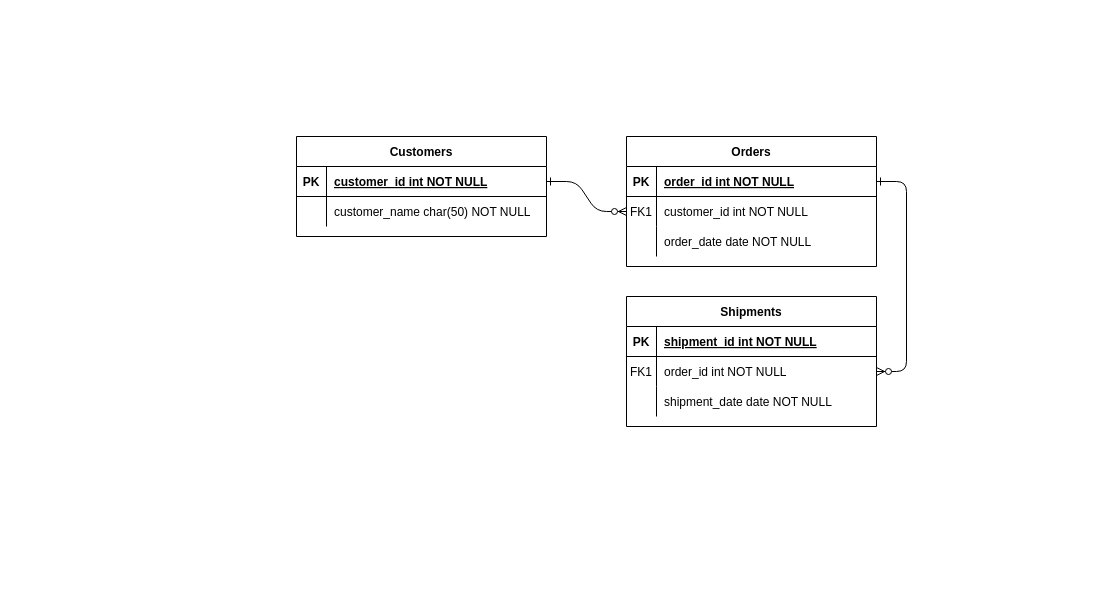
Above: model_conceptual.drawio in vladmagosin/examen_sem_1_db (draw.io), before the change. Source tidied: cells renumbered, new cells numbered last; positions are measured from the earlier drawing's top-left corner, leaving out a move shared by most shapes. Both pictures are drawn from the tidied source at 100%, with x=0, y=0 at pixel (296, 136).
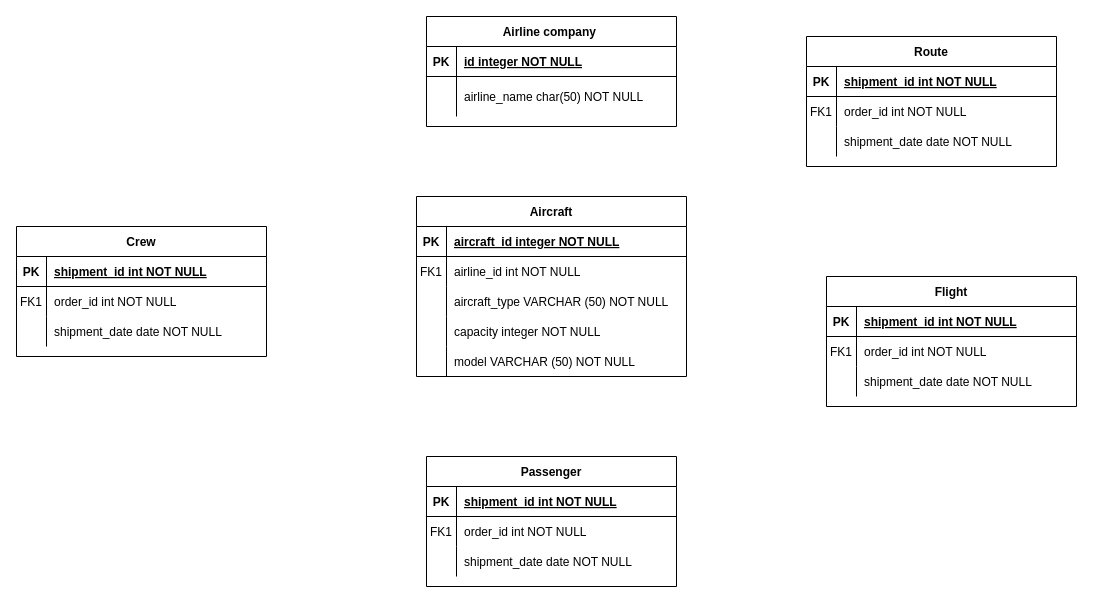
The same page after the edit.

The change refers to these unchanged cells:
```xml
<mxCell id="18" style="shape=partialRectangle;fillColor=none;points=[[0,0.5],[1,0.5]];portConstraint=eastwest;top=0;left=0;right=0;bottom=0;" parent="14" vertex="1">
  <mxGeometry y="60" width="250" height="30" as="geometry" />
</mxCell>
<mxCell id="25" style="shape=partialRectangle;fillColor=none;points=[[0,0.5],[1,0.5]];portConstraint=eastwest;top=0;left=0;right=0;bottom=1;" parent="24" vertex="1">
  <mxGeometry y="30" width="250" height="30" as="geometry" />
</mxCell>
```

Change to the diagram source:
```diff
@@
-    <mxCell id="2" style="edgeStyle=entityRelationEdgeStyle;endArrow=ERzeroToMany;startArrow=ERone;endFill=1;startFill=0;" parent="1" edge="1" source="25" target="8">
-      <mxGeometry relative="1" as="geometry" />
-    </mxCell>
-    <mxCell id="3" style="edgeStyle=entityRelationEdgeStyle;endArrow=ERzeroToMany;startArrow=ERone;endFill=1;startFill=0;" parent="1" edge="1" source="5" target="18">
-      <mxGeometry relative="1" as="geometry" />
-    </mxCell>
-    <mxCell id="4" value="Orders" style="shape=table;startSize=30;childLayout=tableLayout;rowLines=0;fontStyle=1;align=center;" parent="1" vertex="1">
-      <mxGeometry x="330" width="250" height="130" as="geometry" />
+    <mxCell id="4" value="Aircraft" style="shape=table;startSize=30;childLayout=tableLayout;rowLines=0;fontStyle=1;align=center;" parent="1" vertex="1">
+      <mxGeometry x="120" y="60" width="270" height="180" as="geometry" />
     </mxCell>
     <mxCell id="5" style="shape=partialRectangle;fillColor=none;points=[[0,0.5],[1,0.5]];portConstraint=eastwest;top=0;left=0;right=0;bottom=1;" parent="4" vertex="1">
-      <mxGeometry y="30" width="250" height="30" as="geometry" />
+      <mxGeometry y="30" width="270" height="30" as="geometry" />
     </mxCell>
@@
-    <mxCell id="7" value="order_id int NOT NULL " style="shape=partialRectangle;overflow=hidden;fillColor=none;top=0;left=0;bottom=0;right=0;align=left;spacingLeft=6;fontStyle=5;" parent="5" vertex="1">
-      <mxGeometry x="30" width="220" height="30" as="geometry" />
+    <mxCell id="7" value="aircraft_id integer NOT NULL " style="shape=partialRectangle;overflow=hidden;fillColor=none;top=0;left=0;bottom=0;right=0;align=left;spacingLeft=6;fontStyle=5;" parent="5" vertex="1">
+      <mxGeometry x="30" width="240" height="30" as="geometry" />
     </mxCell>
     <mxCell id="8" style="shape=partialRectangle;fillColor=none;points=[[0,0.5],[1,0.5]];portConstraint=eastwest;top=0;left=0;right=0;bottom=0;" parent="4" vertex="1">
-      <mxGeometry y="60" width="250" height="30" as="geometry" />
+      <mxGeometry y="60" width="270" height="30" as="geometry" />
     </mxCell>
@@
-    <mxCell id="10" value="customer_id int NOT NULL" style="shape=partialRectangle;overflow=hidden;fillColor=none;top=0;left=0;bottom=0;right=0;align=left;spacingLeft=6;" parent="8" vertex="1">
-      <mxGeometry x="30" width="220" height="30" as="geometry" />
+    <mxCell id="10" value="airline_id int NOT NULL" style="shape=partialRectangle;overflow=hidden;fillColor=none;top=0;left=0;bottom=0;right=0;align=left;spacingLeft=6;" parent="8" vertex="1">
+      <mxGeometry x="30" width="240" height="30" as="geometry" />
     </mxCell>
     <mxCell id="11" style="shape=partialRectangle;fillColor=none;top=0;left=0;right=0;bottom=0;" parent="4" vertex="1">
-      <mxGeometry y="90" width="250" height="30" as="geometry" />
+      <mxGeometry y="90" width="270" height="30" as="geometry" />
     </mxCell>
@@
-    <mxCell id="13" value="order_date date NOT NULL" style="shape=partialRectangle;overflow=hidden;fillColor=none;top=0;left=0;bottom=0;right=0;align=left;spacingLeft=6;" parent="11" vertex="1">
-      <mxGeometry x="30" width="220" height="30" as="geometry" />
+    <mxCell id="13" value="aircraft_type VARCHAR (50) NOT NULL" style="shape=partialRectangle;overflow=hidden;fillColor=none;top=0;left=0;bottom=0;right=0;align=left;spacingLeft=6;" parent="11" vertex="1">
+      <mxGeometry x="30" width="240" height="30" as="geometry" />
     </mxCell>
+    <mxCell id="31" style="shape=partialRectangle;fillColor=none;top=0;left=0;right=0;bottom=0;" parent="4" vertex="1">
+      <mxGeometry y="120" width="270" height="30" as="geometry" />
+    </mxCell>
+    <mxCell id="32" style="shape=partialRectangle;overflow=hidden;fillColor=none;top=0;left=0;bottom=0;right=0;" parent="31" vertex="1">
+      <mxGeometry width="30" height="30" as="geometry" />
+    </mxCell>
+    <mxCell id="33" value="capacity integer NOT NULL" style="shape=partialRectangle;overflow=hidden;fillColor=none;top=0;left=0;bottom=0;right=0;align=left;spacingLeft=6;" parent="31" vertex="1">
+      <mxGeometry x="30" width="240" height="30" as="geometry" />
+    </mxCell>
+    <mxCell id="34" style="shape=partialRectangle;fillColor=none;top=0;left=0;right=0;bottom=0;" parent="4" vertex="1">
+      <mxGeometry y="150" width="270" height="30" as="geometry" />
+    </mxCell>
+    <mxCell id="35" style="shape=partialRectangle;overflow=hidden;fillColor=none;top=0;left=0;bottom=0;right=0;" parent="34" vertex="1">
+      <mxGeometry width="30" height="30" as="geometry" />
+    </mxCell>
+    <mxCell id="36" value="model VARCHAR (50) NOT NULL" style="shape=partialRectangle;overflow=hidden;fillColor=none;top=0;left=0;bottom=0;right=0;align=left;spacingLeft=6;" parent="34" vertex="1">
+      <mxGeometry x="30" width="240" height="30" as="geometry" />
+    </mxCell>
-    <mxCell id="14" value="Shipments" style="shape=table;startSize=30;childLayout=tableLayout;rowLines=0;fontStyle=1;align=center;" parent="1" vertex="1">
-      <mxGeometry x="330" y="160" width="250" height="130" as="geometry" />
+    <mxCell id="14" value="Passenger" style="shape=table;startSize=30;childLayout=tableLayout;rowLines=0;fontStyle=1;align=center;" parent="1" vertex="1">
+      <mxGeometry x="130" y="320" width="250" height="130" as="geometry" />
     </mxCell>
@@
-    <mxCell id="24" value="Customers" style="shape=table;startSize=30;childLayout=tableLayout;rowLines=0;fontStyle=1;align=center;" parent="1" vertex="1">
-      <mxGeometry width="250" height="100" as="geometry" />
+    <mxCell id="24" value="Airline company " style="shape=table;startSize=30;childLayout=tableLayout;rowLines=0;fontStyle=1;align=center;" parent="1" vertex="1">
+      <mxGeometry x="130" y="-120" width="250" height="110" as="geometry" />
     </mxCell>
@@
-    <mxCell id="27" value="customer_id int NOT NULL " style="shape=partialRectangle;overflow=hidden;fillColor=none;top=0;left=0;bottom=0;right=0;align=left;spacingLeft=6;fontStyle=5;" parent="25" vertex="1">
+    <mxCell id="27" value="id integer NOT NULL " style="shape=partialRectangle;overflow=hidden;fillColor=none;top=0;left=0;bottom=0;right=0;align=left;spacingLeft=6;fontStyle=5;" parent="25" vertex="1">
       <mxGeometry x="30" width="220" height="30" as="geometry" />
     </mxCell>
     <mxCell id="28" style="shape=partialRectangle;fillColor=none;top=0;left=0;right=0;bottom=0;" parent="24" vertex="1">
-      <mxGeometry y="60" width="250" height="30" as="geometry" />
+      <mxGeometry y="60" width="250" height="40" as="geometry" />
     </mxCell>
     <mxCell id="29" style="shape=partialRectangle;overflow=hidden;fillColor=none;top=0;left=0;bottom=0;right=0;" parent="28" vertex="1">
-      <mxGeometry width="30" height="30" as="geometry" />
+      <mxGeometry width="30" height="40" as="geometry" />
     </mxCell>
-    <mxCell id="30" value="customer_name char(50) NOT NULL" style="shape=partialRectangle;overflow=hidden;fillColor=none;top=0;left=0;bottom=0;right=0;align=left;spacingLeft=6;" parent="28" vertex="1">
-      <mxGeometry x="30" width="220" height="30" as="geometry" />
+    <mxCell id="30" value="airline_name char(50) NOT NULL" style="shape=partialRectangle;overflow=hidden;fillColor=none;top=0;left=0;bottom=0;right=0;align=left;spacingLeft=6;" parent="28" vertex="1">
+      <mxGeometry x="30" width="220" height="40" as="geometry" />
     </mxCell>
+    <mxCell id="37" value="Flight" style="shape=table;startSize=30;childLayout=tableLayout;rowLines=0;fontStyle=1;align=center;" parent="1" vertex="1">
+      <mxGeometry x="530" y="140" width="250" height="130" as="geometry" />
+    </mxCell>
+    <mxCell id="38" style="shape=partialRectangle;fillColor=none;top=0;left=0;right=0;bottom=1;" parent="37" vertex="1">
+      <mxGeometry y="30" width="250" height="30" as="geometry" />
+    </mxCell>
+    <mxCell id="39" value="PK" style="shape=partialRectangle;overflow=hidden;fillColor=none;top=0;left=0;bottom=0;right=0;fontStyle=1;" parent="38" vertex="1">
+      <mxGeometry width="30" height="30" as="geometry" />
+    </mxCell>
+    <mxCell id="40" value="shipment_id int NOT NULL " style="shape=partialRectangle;overflow=hidden;fillColor=none;top=0;left=0;bottom=0;right=0;align=left;spacingLeft=6;fontStyle=5;" parent="38" vertex="1">
+      <mxGeometry x="30" width="220" height="30" as="geometry" />
+    </mxCell>
+    <mxCell id="41" style="shape=partialRectangle;fillColor=none;top=0;left=0;right=0;bottom=0;" parent="37" vertex="1">
+      <mxGeometry y="60" width="250" height="30" as="geometry" />
+    </mxCell>
+    <mxCell id="42" value="FK1" style="shape=partialRectangle;overflow=hidden;fillColor=none;top=0;left=0;bottom=0;right=0;" parent="41" vertex="1">
+      <mxGeometry width="30" height="30" as="geometry" />
+    </mxCell>
+    <mxCell id="43" value="order_id int NOT NULL" style="shape=partialRectangle;overflow=hidden;fillColor=none;top=0;left=0;bottom=0;right=0;align=left;spacingLeft=6;" parent="41" vertex="1">
+      <mxGeometry x="30" width="220" height="30" as="geometry" />
+    </mxCell>
+    <mxCell id="44" style="shape=partialRectangle;fillColor=none;top=0;left=0;right=0;bottom=0;" parent="37" vertex="1">
+      <mxGeometry y="90" width="250" height="30" as="geometry" />
+    </mxCell>
+    <mxCell id="45" style="shape=partialRectangle;overflow=hidden;fillColor=none;top=0;left=0;bottom=0;right=0;" parent="44" vertex="1">
+      <mxGeometry width="30" height="30" as="geometry" />
+    </mxCell>
+    <mxCell id="46" value="shipment_date date NOT NULL" style="shape=partialRectangle;overflow=hidden;fillColor=none;top=0;left=0;bottom=0;right=0;align=left;spacingLeft=6;" parent="44" vertex="1">
+      <mxGeometry x="30" width="220" height="30" as="geometry" />
+    </mxCell>
+    <mxCell id="47" value="Crew" style="shape=table;startSize=30;childLayout=tableLayout;rowLines=0;fontStyle=1;align=center;" parent="1" vertex="1">
+      <mxGeometry x="-280" y="90" width="250" height="130" as="geometry" />
+    </mxCell>
+    <mxCell id="48" style="shape=partialRectangle;fillColor=none;top=0;left=0;right=0;bottom=1;" parent="47" vertex="1">
+      <mxGeometry y="30" width="250" height="30" as="geometry" />
+    </mxCell>
+    <mxCell id="49" value="PK" style="shape=partialRectangle;overflow=hidden;fillColor=none;top=0;left=0;bottom=0;right=0;fontStyle=1;" parent="48" vertex="1">
+      <mxGeometry width="30" height="30" as="geometry" />
+    </mxCell>
+    <mxCell id="50" value="shipment_id int NOT NULL " style="shape=partialRectangle;overflow=hidden;fillColor=none;top=0;left=0;bottom=0;right=0;align=left;spacingLeft=6;fontStyle=5;" parent="48" vertex="1">
+      <mxGeometry x="30" width="220" height="30" as="geometry" />
+    </mxCell>
+    <mxCell id="51" style="shape=partialRectangle;fillColor=none;top=0;left=0;right=0;bottom=0;" parent="47" vertex="1">
+      <mxGeometry y="60" width="250" height="30" as="geometry" />
+    </mxCell>
+    <mxCell id="52" value="FK1" style="shape=partialRectangle;overflow=hidden;fillColor=none;top=0;left=0;bottom=0;right=0;" parent="51" vertex="1">
+      <mxGeometry width="30" height="30" as="geometry" />
+    </mxCell>
+    <mxCell id="53" value="order_id int NOT NULL" style="shape=partialRectangle;overflow=hidden;fillColor=none;top=0;left=0;bottom=0;right=0;align=left;spacingLeft=6;" parent="51" vertex="1">
+      <mxGeometry x="30" width="220" height="30" as="geometry" />
+    </mxCell>
+    <mxCell id="54" style="shape=partialRectangle;fillColor=none;top=0;left=0;right=0;bottom=0;" parent="47" vertex="1">
+      <mxGeometry y="90" width="250" height="30" as="geometry" />
+    </mxCell>
+    <mxCell id="55" style="shape=partialRectangle;overflow=hidden;fillColor=none;top=0;left=0;bottom=0;right=0;" parent="54" vertex="1">
+      <mxGeometry width="30" height="30" as="geometry" />
+    </mxCell>
+    <mxCell id="56" value="shipment_date date NOT NULL" style="shape=partialRectangle;overflow=hidden;fillColor=none;top=0;left=0;bottom=0;right=0;align=left;spacingLeft=6;" parent="54" vertex="1">
+      <mxGeometry x="30" width="220" height="30" as="geometry" />
+    </mxCell>
+    <mxCell id="57" value="Route" style="shape=table;startSize=30;childLayout=tableLayout;rowLines=0;fontStyle=1;align=center;" parent="1" vertex="1">
+      <mxGeometry x="510" y="-100" width="250" height="130" as="geometry" />
+    </mxCell>
+    <mxCell id="58" style="shape=partialRectangle;fillColor=none;top=0;left=0;right=0;bottom=1;" parent="57" vertex="1">
+      <mxGeometry y="30" width="250" height="30" as="geometry" />
+    </mxCell>
+    <mxCell id="59" value="PK" style="shape=partialRectangle;overflow=hidden;fillColor=none;top=0;left=0;bottom=0;right=0;fontStyle=1;" parent="58" vertex="1">
+      <mxGeometry width="30" height="30" as="geometry" />
+    </mxCell>
+    <mxCell id="60" value="shipment_id int NOT NULL " style="shape=partialRectangle;overflow=hidden;fillColor=none;top=0;left=0;bottom=0;right=0;align=left;spacingLeft=6;fontStyle=5;" parent="58" vertex="1">
+      <mxGeometry x="30" width="220" height="30" as="geometry" />
+    </mxCell>
+    <mxCell id="61" style="shape=partialRectangle;fillColor=none;top=0;left=0;right=0;bottom=0;" parent="57" vertex="1">
+      <mxGeometry y="60" width="250" height="30" as="geometry" />
+    </mxCell>
+    <mxCell id="62" value="FK1" style="shape=partialRectangle;overflow=hidden;fillColor=none;top=0;left=0;bottom=0;right=0;" parent="61" vertex="1">
+      <mxGeometry width="30" height="30" as="geometry" />
+    </mxCell>
+    <mxCell id="63" value="order_id int NOT NULL" style="shape=partialRectangle;overflow=hidden;fillColor=none;top=0;left=0;bottom=0;right=0;align=left;spacingLeft=6;" parent="61" vertex="1">
+      <mxGeometry x="30" width="220" height="30" as="geometry" />
+    </mxCell>
+    <mxCell id="64" style="shape=partialRectangle;fillColor=none;top=0;left=0;right=0;bottom=0;" parent="57" vertex="1">
+      <mxGeometry y="90" width="250" height="30" as="geometry" />
+    </mxCell>
+    <mxCell id="65" style="shape=partialRectangle;overflow=hidden;fillColor=none;top=0;left=0;bottom=0;right=0;" parent="64" vertex="1">
+      <mxGeometry width="30" height="30" as="geometry" />
+    </mxCell>
+    <mxCell id="66" value="shipment_date date NOT NULL" style="shape=partialRectangle;overflow=hidden;fillColor=none;top=0;left=0;bottom=0;right=0;align=left;spacingLeft=6;" parent="64" vertex="1">
+      <mxGeometry x="30" width="220" height="30" as="geometry" />
+    </mxCell>
```
